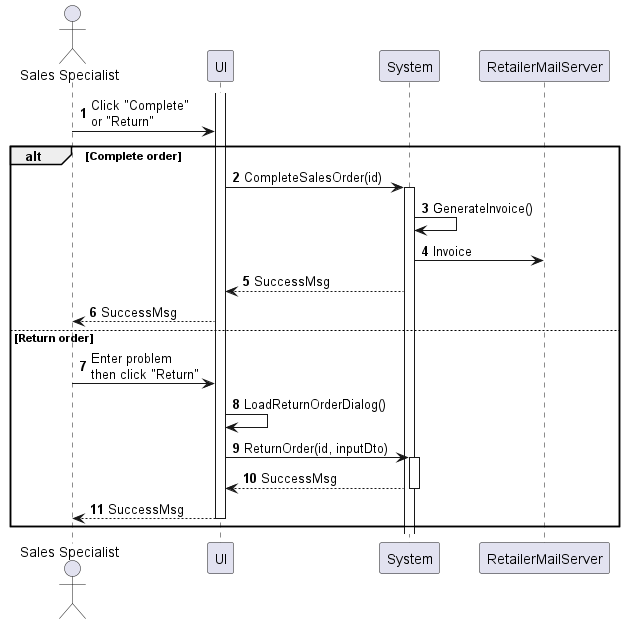
This is sequences/sales-order-complete.png from phihungha/scmss-reqs, a PlantUML export, as it was before one commit.
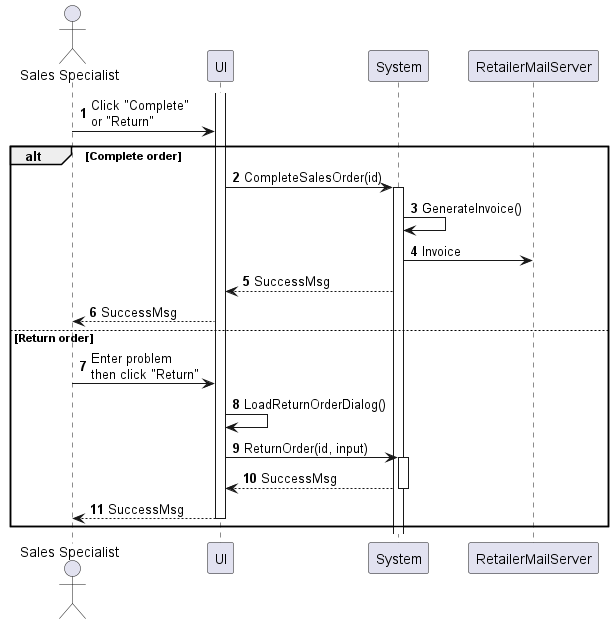
Later version of the same file.

What changed in the source:
```diff
@@ -20,7 +20,7 @@
 else Return order
     a -> f : Enter problem\nthen click "Return"
     f -> f : LoadReturnOrderDialog()
-    f -> b : ReturnOrder(id, inputDto)
+    f -> b : ReturnOrder(id, input)
     activate b
     return SuccessMsg
     f --> a : SuccessMsg
```
